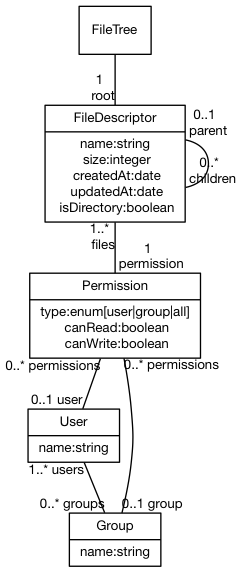
Above: models/filesystem.png in rricard/MobileSync (Graphviz), before the change. Its source is kept beside it as models/filesystem.dot. Source of this version:
```dot

graph FileSystem {
fontname = "Helvetica Neue"
fontsize = 10

node [
  fontname = "Helvetica Neue"
  fontsize = 10
  shape = "record"
]

edge [
  fontname = "Helvetica Neue"
  fontsize = 10
  weight = 0.1
]

FileTree

FileDescriptor [
  label = "{FileDescriptor|name:string
                           size:integer
                           createdAt:date
                           updatedAt:date
                           isDirectory:boolean}"
]

Permission [
  label = "{Permission|type:enum[user\|group\|all]
                       canRead:boolean
                       canWrite:boolean}"
]

User [
  label = "{User|name:string}"
]

Group [
  label = "{Group|name:string}"
]


FileTree -- FileDescriptor [
  headlabel = "1 \n root"
]

FileDescriptor -- FileDescriptor [
  taillabel = "0..1 \n parent"
  headlabel = "0..* \n children"
]

FileDescriptor -- Permission [
  taillabel = "1..* \n files"
  headlabel = "1 \n permission"
]

Permission -- User [
  taillabel = "0..* permissions"
  headlabel = "0..1 user"
]

Permission -- Group [
  taillabel = "0..* permissions"
  headlabel = "0..1 group"
]

User -- Group [
  taillabel = "1..* users"
  headlabel = "0..* groups"
]

}
```
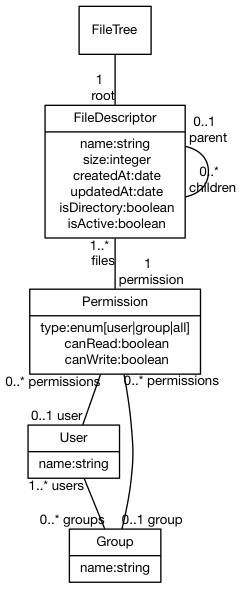
Above is the later version.

Change to the diagram source:
```diff
@@ -22,7 +22,8 @@
                            size:integer
                            createdAt:date
                            updatedAt:date
-                           isDirectory:boolean}"
+                           isDirectory:boolean
+                           isActive:boolean}"
 ]
 
 Permission [
```
